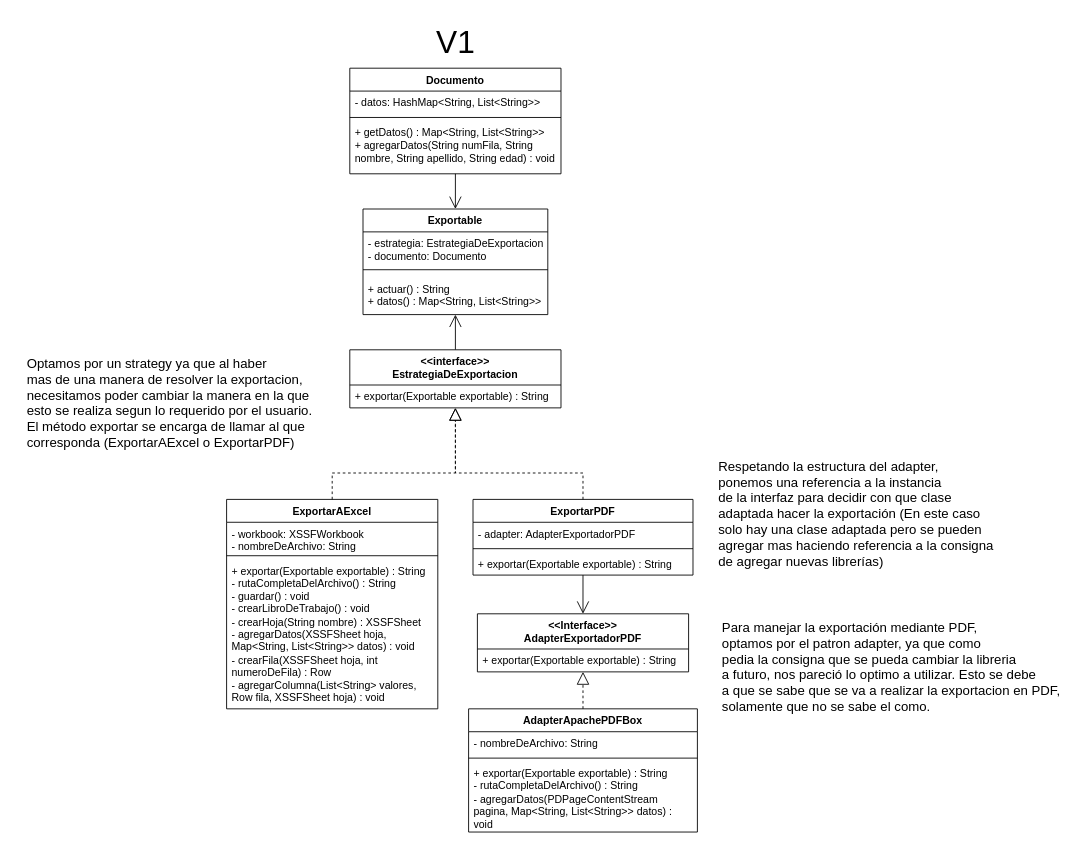
Before: CeruttiSampieri-TPv1/DiagramaV1.drawio in Juanchi0207/DDS24_PanzeraSampieri, a draw.io diagram. Source tidied: cells renumbered, new cells numbered last; positions are measured from the earlier drawing's top-left corner, leaving out a move shared by most shapes. Both pictures are drawn from the tidied source at 88%, with x=0, y=0 at pixel (15, 15).
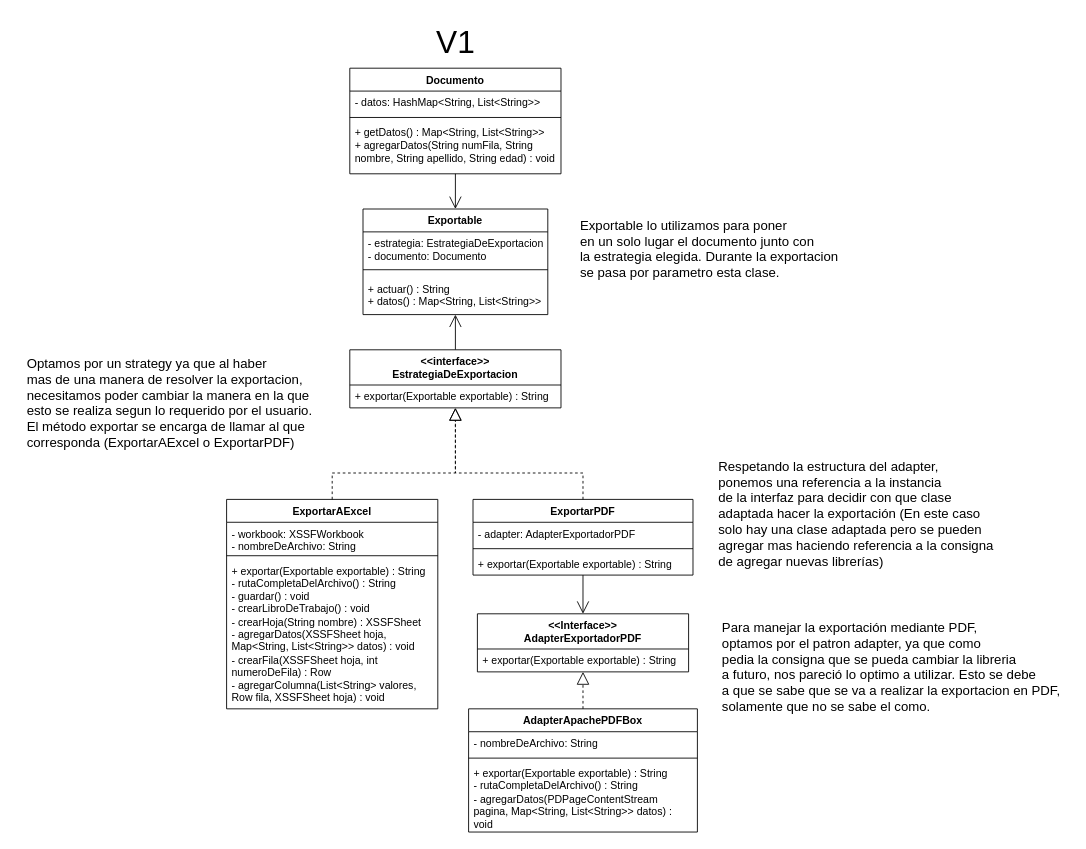
The same page after the edit.

Commit message (it also covers changes not shown here):
Ahora si terminado

The edit, as a diff of the source:
```diff
@@
+    <mxCell id="36" value="&lt;div align=&quot;left&quot;&gt;&lt;font style=&quot;font-size: 15px;&quot;&gt;Exportable lo utilizamos para poner&lt;/font&gt;&lt;/div&gt;&lt;div align=&quot;left&quot;&gt;&lt;font style=&quot;font-size: 15px;&quot;&gt;en un solo lugar el documento junto con&lt;/font&gt;&lt;/div&gt;&lt;div align=&quot;left&quot;&gt;&lt;font style=&quot;font-size: 15px;&quot;&gt;la estrategia elegida. Durante la exportacion&lt;/font&gt;&lt;/div&gt;&lt;div align=&quot;left&quot;&gt;&lt;font style=&quot;font-size: 15px;&quot;&gt;se pasa por parametro esta clase.&lt;br&gt;&lt;/font&gt;&lt;/div&gt;" style="text;html=1;align=left;verticalAlign=middle;strokeColor=none;fillColor=none;" parent="1" vertex="1">
+      <mxGeometry x="640" y="220" width="320" height="90" as="geometry" />
+    </mxCell>
```
